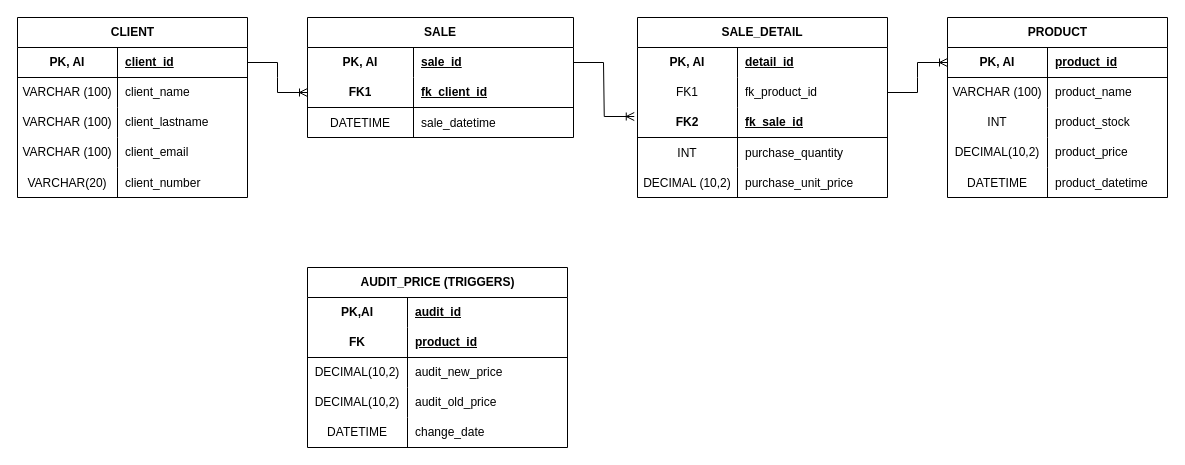
Before: docs/TechZone.drawio in IvanRavarotto/TechZone, a draw.io diagram. Source tidied: cells renumbered, new cells numbered last; positions are measured from the earlier drawing's top-left corner, leaving out a move shared by most shapes. Both pictures are drawn from the tidied source at 100%, with x=0, y=0 at pixel (17, 17).
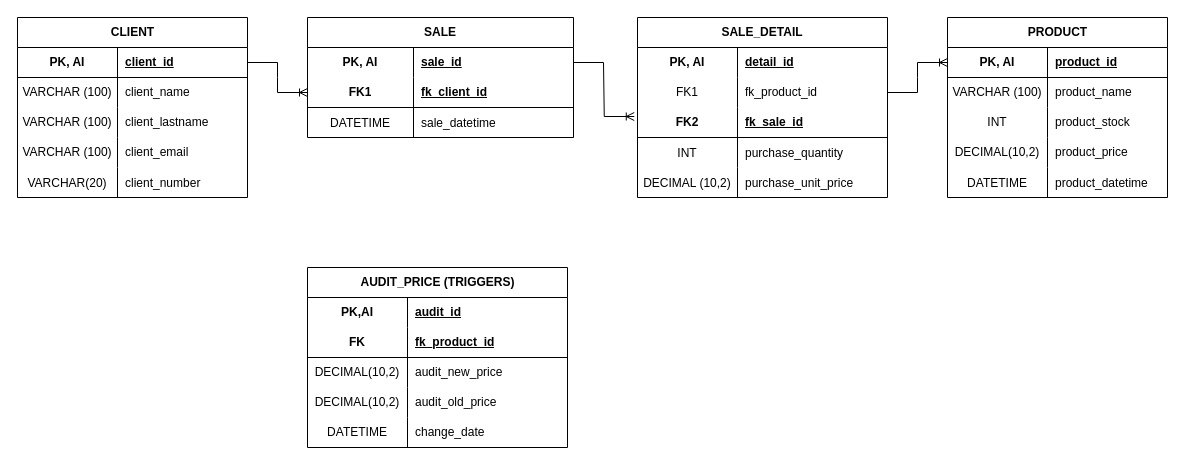
Above is the later version.

Commit message:
Small modification to an attribute in the price audit table

The change refers to these unchanged cells:
```xml
<mxCell id="67" style="shape=tableRow;horizontal=0;startSize=0;swimlaneHead=0;swimlaneBody=0;fillColor=none;top=0;left=0;right=0;bottom=1;" parent="63" vertex="1">
  <mxGeometry y="60" width="260" height="30" as="geometry" />
</mxCell>
```

The edit, as a diff of the source:
```diff
@@
-    <mxCell id="69" value="product_id" style="shape=partialRectangle;fillColor=none;top=0;left=0;bottom=0;right=0;align=left;spacingLeft=6;fontStyle=5;overflow=hidden;whiteSpace=wrap;html=1;" parent="67" vertex="1">
+    <mxCell id="69" value="fk_product_id" style="shape=partialRectangle;fillColor=none;top=0;left=0;bottom=0;right=0;align=left;spacingLeft=6;fontStyle=5;overflow=hidden;whiteSpace=wrap;html=1;" parent="67" vertex="1">
       <mxGeometry x="100" width="160" height="30" as="geometry" />
     </mxCell>
```
